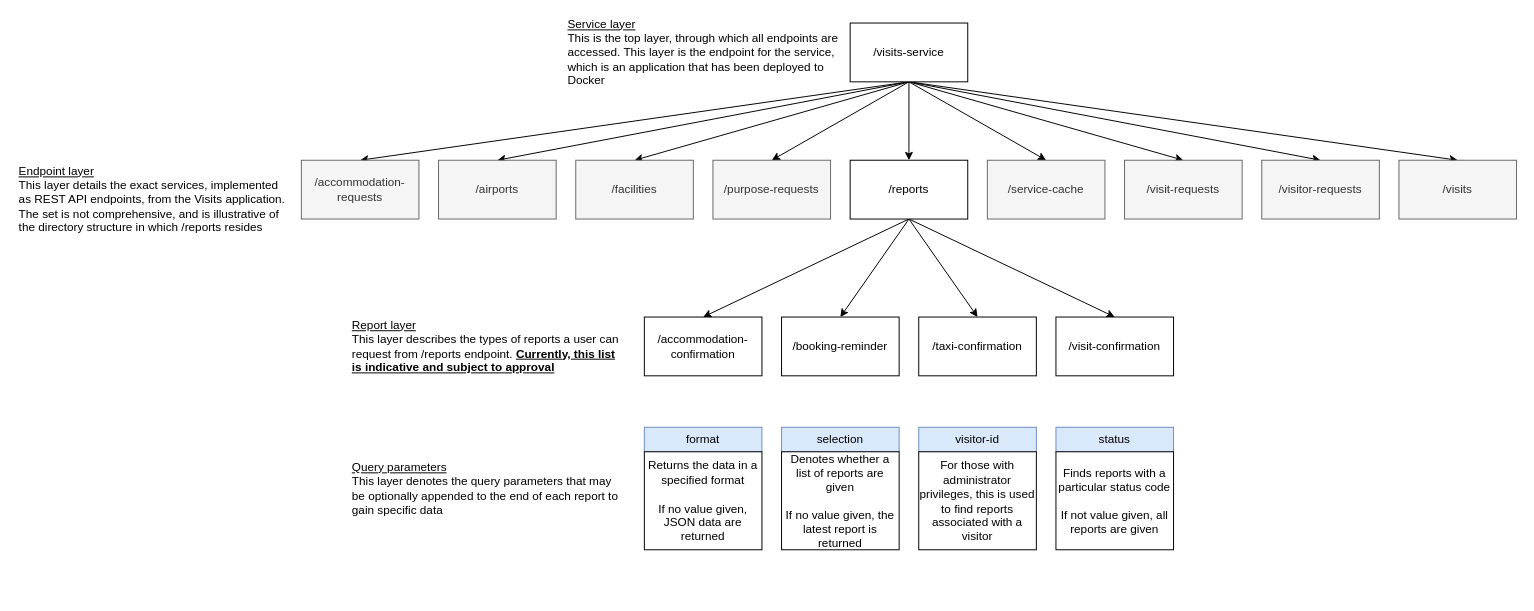
ambolt314/FinalProjectDesign keeps this draw.io diagram as Service URL hierarchy.drawio. Above is the earlier version. Source tidied: cells renumbered, new cells numbered last; positions are measured from the earlier drawing's top-left corner, leaving out a move shared by most shapes. Both pictures are drawn from the tidied source at 98%, with x=0, y=0 at pixel (17, 23).
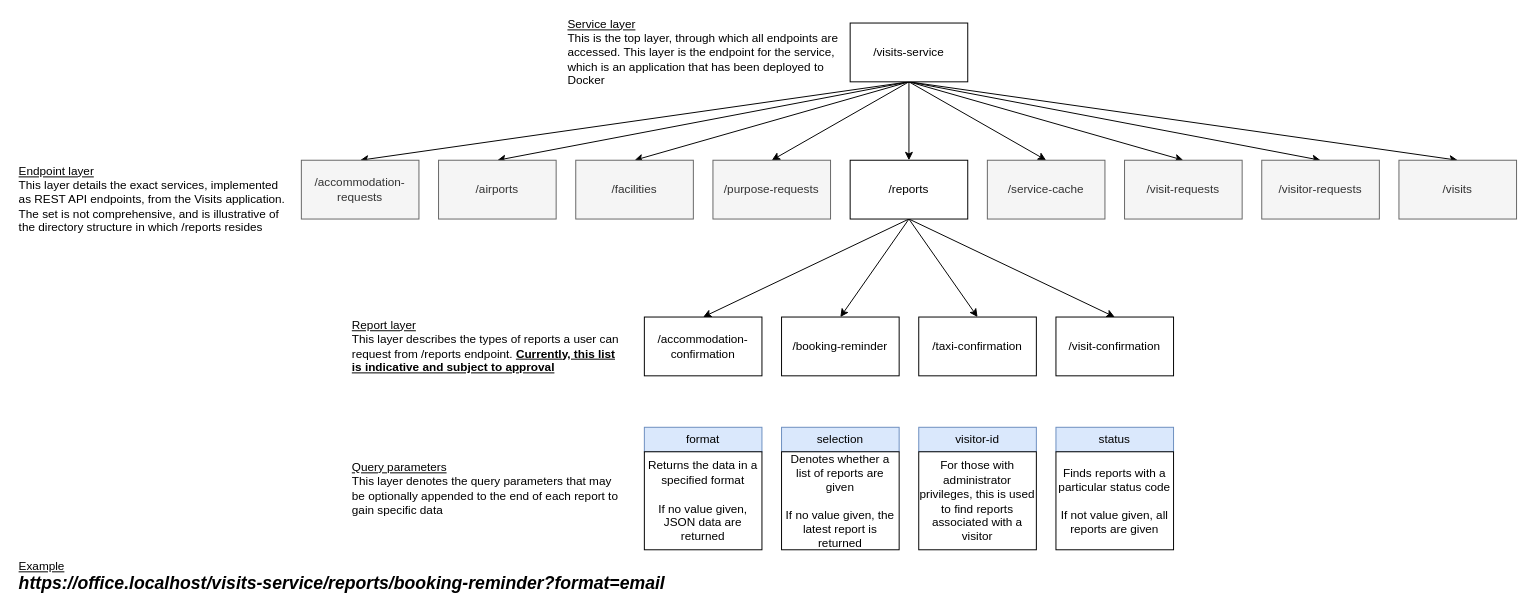
The same diagram, later.

Commit message:
Added illustrative URL

What changed in the source:
```diff
@@
+    <mxCell id="45" value="&lt;div align=&quot;left&quot;&gt;&lt;u&gt;Example&lt;/u&gt;&lt;/div&gt;&lt;div align=&quot;left&quot;&gt;&lt;i&gt;&lt;font style=&quot;font-size: 18px;&quot;&gt;&lt;b&gt;https://office.localhost/visits-service/reports/booking-reminder?format=email&lt;/b&gt;&lt;/font&gt;&lt;/i&gt;&lt;br&gt;&lt;/div&gt;" style="text;html=1;align=left;verticalAlign=middle;whiteSpace=wrap;rounded=0;" parent="1" vertex="1">
+      <mxGeometry y="550" width="750" height="30" as="geometry" />
+    </mxCell>
```
